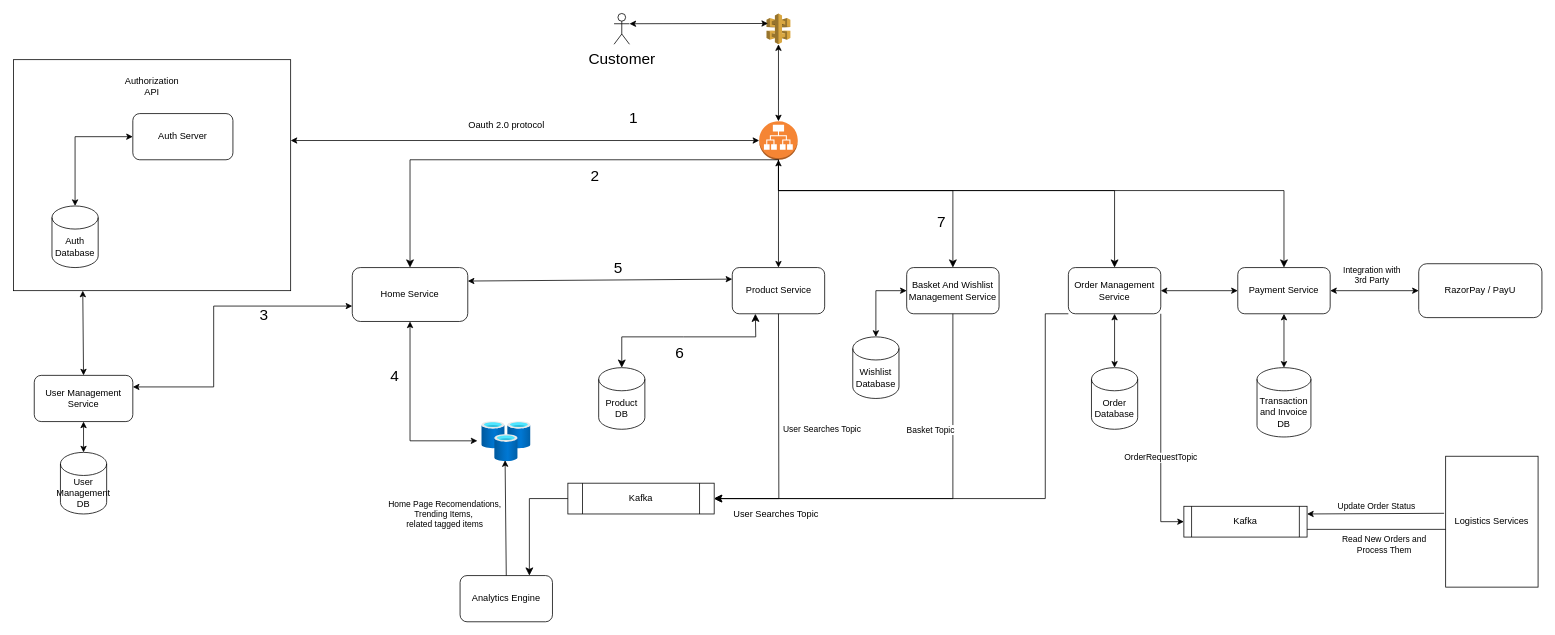
Before: ecommerce.drawio in bvkprasad/architecture-diagrams, a draw.io diagram. Source tidied: cells renumbered, new cells numbered last; positions are measured from the earlier drawing's top-left corner, leaving out a move shared by most shapes. Both pictures are drawn from the tidied source at 77%, with x=0, y=0 at pixel (13, 13).
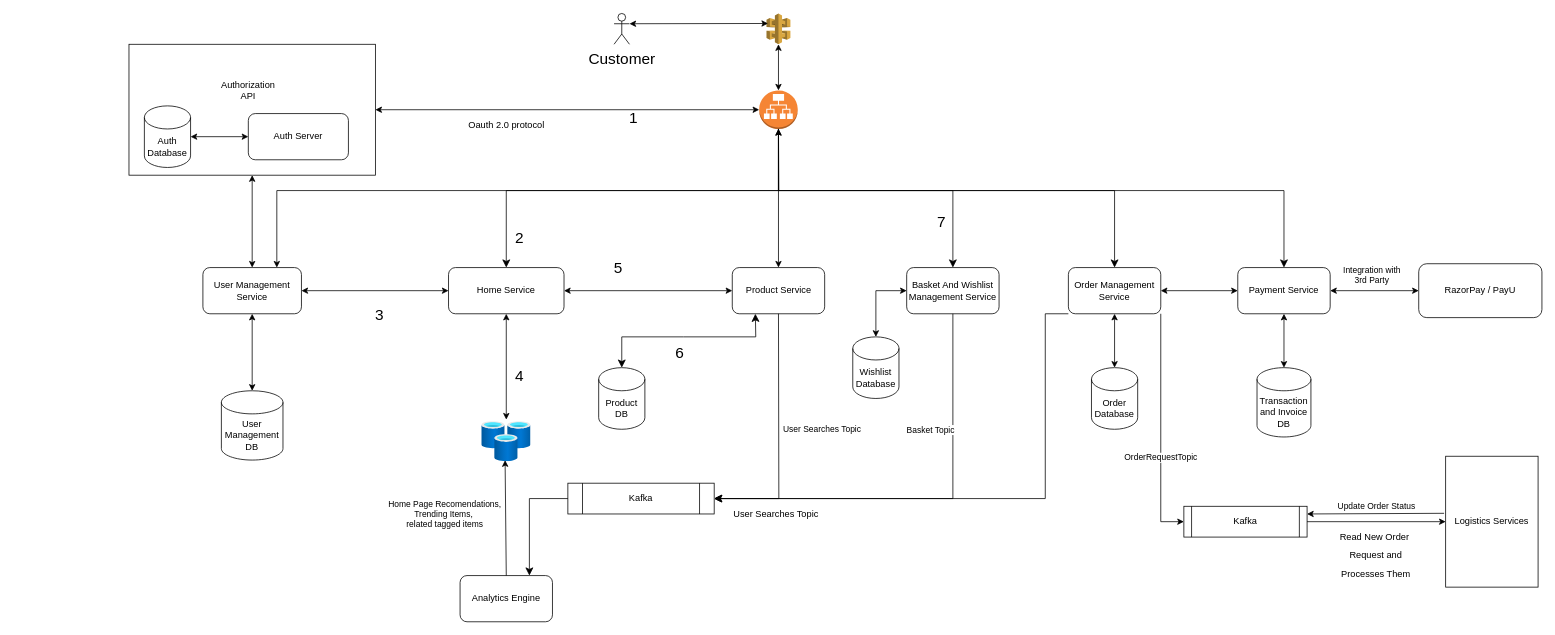
After the change.

Commit message:
Few tweaks to adjust alignment and new connection

Unchanged cells that the change refers to:
```xml
<mxCell id="10" value="Product Service" style="rounded=1;whiteSpace=wrap;html=1;" parent="1" vertex="1">
  <mxGeometry x="933.5" y="330" width="120" height="60" as="geometry" />
</mxCell>
<mxCell id="24" style="html=1;points=[];align=center;image;fontSize=12;image=img/lib/azure2/databases/Cache_Redis.svg;" parent="1" vertex="1">
  <mxGeometry x="608" y="530" width="64" height="52" as="geometry" />
</mxCell>
<mxCell id="30" value="Kafka" style="shape=process;whiteSpace=wrap;html=1;backgroundOutline=1;size=0.0625;" parent="1" vertex="1">
  <mxGeometry x="1520" y="640" width="160" height="40" as="geometry" />
</mxCell>
<mxCell id="45" value="Logistics Services" style="rounded=0;whiteSpace=wrap;html=1;" parent="1" vertex="1">
  <mxGeometry x="1860" y="575" width="120" height="170" as="geometry" />
</mxCell>
```

What changed in the source:
```diff
@@
     <mxCell id="2" style="rounded=0;whiteSpace=wrap;html=1;points=[[0,0,0,0,0],[0,0.25,0,0,0],[0,0.5,0,0,0],[0,0.75,0,0,0],[0,1,0,0,0],[0.25,0,0,0,0],[0.25,1,0,0,0],[0.5,0,0,0,0],[0.5,1,0,0,0],[0.75,0,0,0,0],[0.75,1,0,0,0],[1,0,0,0,0],[1,0.25,0,0,0],[1,0.5,0,0,0],[1,0.75,0,0,0],[1,1,0,0,0]];" parent="1" vertex="1">
-      <mxGeometry y="60" width="360" height="300" as="geometry" />
+      <mxGeometry x="150" y="40" width="320" height="170" as="geometry" />
     </mxCell>
@@
     <mxCell id="4" style="outlineConnect=0;dashed=0;verticalLabelPosition=bottom;verticalAlign=top;align=center;html=1;shape=mxgraph.aws3.application_load_balancer;fillColor=#F58534;gradientColor=none;" parent="1" vertex="1">
-      <mxGeometry x="968.5" y="140" width="50" height="50" as="geometry" />
+      <mxGeometry x="968.5" y="100" width="50" height="50" as="geometry" />
     </mxCell>
@@
-    <mxCell id="6" style="endArrow=classic;startArrow=classic;html=1;rounded=0;entryX=0;entryY=0.5;entryDx=0;entryDy=0;entryPerimeter=0;" parent="1" edge="1" target="4">
-      <mxGeometry relative="1" as="geometry">
-        <mxPoint x="360" y="165" as="sourcePoint" />
-      </mxGeometry>
+    <mxCell id="6" style="endArrow=classic;startArrow=classic;html=1;rounded=0;entryX=0;entryY=0.5;entryDx=0;entryDy=0;entryPerimeter=0;" parent="1" edge="1" source="2" target="4">
+      <mxGeometry relative="1" as="geometry" />
     </mxCell>
@@
     <mxCell id="9" value="User Management Service" style="rounded=1;whiteSpace=wrap;html=1;" parent="1" vertex="1">
-      <mxGeometry x="27" y="470" width="128" height="60" as="geometry" />
+      <mxGeometry x="246" y="330" width="128" height="60" as="geometry" />
     </mxCell>
@@
     <mxCell id="26" value="User Management DB" style="shape=cylinder3;whiteSpace=wrap;html=1;boundedLbl=1;backgroundOutline=1;size=15;" parent="1" vertex="1">
-      <mxGeometry x="61" y="570" width="60" height="80" as="geometry" />
+      <mxGeometry x="270" y="490" width="80" height="90" as="geometry" />
     </mxCell>
@@
-    <mxCell id="29" value="Read New Orders and &lt;br&gt;Process Them" style="edgeStyle=orthogonalEdgeStyle;rounded=0;jettySize=auto;html=1;exitX=1;exitY=0.75;exitDx=0;exitDy=0;entryX=0.014;entryY=0.559;entryDx=0;entryDy=0;entryPerimeter=0;" parent="1" edge="1" source="30" target="45">
-      <mxGeometry x="-0.08" y="-20" relative="1" as="geometry">
-        <Array as="points">
-          <mxPoint x="1880" y="670" />
-          <mxPoint x="1880" y="670" />
-        </Array>
-      </mxGeometry>
-    </mxCell>
@@
     <mxCell id="32" value="Auth Database" style="shape=cylinder3;whiteSpace=wrap;html=1;boundedLbl=1;backgroundOutline=1;size=15;" parent="1" vertex="1">
-      <mxGeometry x="50" y="250" width="60" height="80" as="geometry" />
+      <mxGeometry x="170" y="120" width="60" height="80" as="geometry" />
     </mxCell>
-    <mxCell id="33" style="endArrow=classic;startArrow=classic;html=1;rounded=0;exitX=0.5;exitY=0;exitDx=0;exitDy=0;exitPerimeter=0;entryX=0;entryY=0.5;entryDx=0;entryDy=0;" parent="1" edge="1" source="32" target="34">
+    <mxCell id="33" style="endArrow=classic;startArrow=classic;html=1;rounded=0;exitX=1;exitY=0.5;exitDx=0;exitDy=0;exitPerimeter=0;entryX=0;entryY=0.5;entryDx=0;entryDy=0;" parent="1" edge="1" source="32" target="34">
       <mxGeometry relative="1" as="geometry">
         <Array as="points">
-          <mxPoint x="80" y="160" />
+          <mxPoint x="230" y="160" />
         </Array>
       </mxGeometry>
     </mxCell>
     <mxCell id="34" value="Auth Server" style="rounded=1;whiteSpace=wrap;html=1;" parent="1" vertex="1">
-      <mxGeometry x="155" y="130" width="130" height="60" as="geometry" />
+      <mxGeometry x="305" y="130" width="130" height="60" as="geometry" />
     </mxCell>
@@
-    <mxCell id="44" style="endArrow=classic;startArrow=classic;html=1;rounded=0;exitX=0.25;exitY=1;exitDx=0;exitDy=0;exitPerimeter=0;entryX=0.5;entryY=0;entryDx=0;entryDy=0;" parent="1" edge="1" source="2" target="9">
+    <mxCell id="44" style="endArrow=classic;startArrow=classic;html=1;rounded=0;exitX=0.5;exitY=1;exitDx=0;exitDy=0;exitPerimeter=0;entryX=0.5;entryY=0;entryDx=0;entryDy=0;" parent="1" edge="1" source="2" target="9">
       <mxGeometry relative="1" as="geometry" />
     </mxCell>
@@
     <mxCell id="47" value="Authorization API" style="text;html=1;strokeColor=none;fillColor=none;align=center;verticalAlign=middle;whiteSpace=wrap;rounded=0;" parent="1" vertex="1">
-      <mxGeometry x="150" y="80" width="60" height="30" as="geometry" />
+      <mxGeometry x="275" y="85" width="60" height="30" as="geometry" />
     </mxCell>
@@
     <mxCell id="52" value="Home Service" style="rounded=1;whiteSpace=wrap;html=1;" parent="1" vertex="1">
-      <mxGeometry x="440" y="330" width="150" height="70" as="geometry" />
+      <mxGeometry x="565" y="330" width="150" height="60" as="geometry" />
     </mxCell>
-    <mxCell id="53" style="edgeStyle=segmentEdgeStyle;endArrow=classic;html=1;curved=0;rounded=0;endSize=8;startSize=8;sourcePerimeterSpacing=0;targetPerimeterSpacing=0;exitX=0.5;exitY=1;exitDx=0;exitDy=0;exitPerimeter=0;entryX=0.5;entryY=0;entryDx=0;entryDy=0;" parent="1" edge="1" source="4" target="52">
-      <mxGeometry relative="1" as="geometry">
-        <Array as="points">
-          <mxPoint x="515" y="190" />
-        </Array>
-      </mxGeometry>
-    </mxCell>
-    <mxCell id="54" style="endArrow=classic;startArrow=classic;html=1;rounded=0;exitX=1;exitY=0.25;exitDx=0;exitDy=0;" parent="1" edge="1" source="9">
-      <mxGeometry relative="1" as="geometry">
-        <mxPoint x="440" y="380" as="targetPoint" />
-        <Array as="points">
-          <mxPoint x="260" y="485" />
-          <mxPoint x="260" y="380" />
-        </Array>
-      </mxGeometry>
-    </mxCell>
-    <mxCell id="55" style="endArrow=classic;startArrow=classic;html=1;rounded=0;exitX=1;exitY=0.25;exitDx=0;exitDy=0;entryX=0;entryY=0.25;entryDx=0;entryDy=0;" parent="1" edge="1" source="52" target="10">
+    <mxCell id="55" style="endArrow=classic;startArrow=classic;html=1;rounded=0;exitX=1;exitY=0.5;exitDx=0;exitDy=0;entryX=0;entryY=0.5;entryDx=0;entryDy=0;" parent="1" edge="1" source="52" target="10">
       <mxGeometry relative="1" as="geometry" />
     </mxCell>
-    <mxCell id="56" style="endArrow=classic;startArrow=classic;html=1;rounded=0;exitX=-0.086;exitY=0.481;exitDx=0;exitDy=0;exitPerimeter=0;entryX=0.5;entryY=1;entryDx=0;entryDy=0;" parent="1" edge="1" source="24" target="52">
-      <mxGeometry relative="1" as="geometry">
-        <Array as="points">
-          <mxPoint x="515" y="555" />
-        </Array>
-      </mxGeometry>
-    </mxCell>
     <mxCell id="57" value="2" style="text;html=1;align=center;verticalAlign=middle;strokeColor=none;fillColor=none;strokeWidth=1;fontSize=20;" parent="1" vertex="1">
-      <mxGeometry x="740" y="190" width="30" height="40" as="geometry" />
+      <mxGeometry x="642" y="270" width="30" height="40" as="geometry" />
     </mxCell>
     <mxCell id="58" value="3" style="text;html=1;align=center;verticalAlign=middle;strokeColor=none;fillColor=none;strokeWidth=1;fontSize=20;" parent="1" vertex="1">
-      <mxGeometry x="310" y="370" width="30" height="40" as="geometry" />
+      <mxGeometry x="460" y="370" width="30" height="40" as="geometry" />
     </mxCell>
     <mxCell id="59" value="4" style="text;html=1;align=center;verticalAlign=middle;strokeColor=none;fillColor=none;strokeWidth=1;fontSize=20;" parent="1" vertex="1">
-      <mxGeometry x="480" y="450" width="30" height="40" as="geometry" />
+      <mxGeometry x="642" y="450" width="30" height="40" as="geometry" />
     </mxCell>
@@
+    <mxCell id="66" style="endArrow=classic;startArrow=classic;html=1;rounded=0;fontSize=20;exitX=1;exitY=0.5;exitDx=0;exitDy=0;entryX=0;entryY=0.5;entryDx=0;entryDy=0;" parent="1" edge="1" source="9" target="52">
+      <mxGeometry relative="1" as="geometry" />
+    </mxCell>
+    <mxCell id="67" style="endArrow=classic;startArrow=classic;html=1;rounded=0;fontSize=20;exitX=0.75;exitY=0;exitDx=0;exitDy=0;entryX=0.5;entryY=1;entryDx=0;entryDy=0;entryPerimeter=0;" parent="1" edge="1" source="9" target="4">
+      <mxGeometry relative="1" as="geometry">
+        <Array as="points">
+          <mxPoint x="342" y="230" />
+          <mxPoint x="994" y="230" />
+        </Array>
+      </mxGeometry>
+    </mxCell>
+    <mxCell id="53" style="edgeStyle=segmentEdgeStyle;endArrow=classic;html=1;curved=0;rounded=0;endSize=8;startSize=8;sourcePerimeterSpacing=0;targetPerimeterSpacing=0;fontSize=20;exitX=0.5;exitY=1;exitDx=0;exitDy=0;exitPerimeter=0;entryX=0.5;entryY=0;entryDx=0;entryDy=0;" parent="1" edge="1" source="4" target="52">
+      <mxGeometry relative="1" as="geometry">
+        <Array as="points">
+          <mxPoint x="994" y="230" />
+          <mxPoint x="640" y="230" />
+        </Array>
+      </mxGeometry>
+    </mxCell>
+    <mxCell id="56" style="endArrow=classic;startArrow=classic;html=1;rounded=0;fontSize=20;exitX=0.5;exitY=-0.049;exitDx=0;exitDy=0;exitPerimeter=0;entryX=0.5;entryY=1;entryDx=0;entryDy=0;" parent="1" edge="1" source="24" target="52">
+      <mxGeometry relative="1" as="geometry" />
+    </mxCell>
+    <mxCell id="29" value="&lt;font style=&quot;font-size: 12px;&quot;&gt;Read New Order&amp;nbsp;&lt;br&gt;Request and &lt;br&gt;Processes Them&lt;/font&gt;" style="endArrow=classic;html=1;rounded=0;fontSize=20;entryX=0;entryY=0.5;entryDx=0;entryDy=0;exitX=1;exitY=0.5;exitDx=0;exitDy=0;" parent="1" edge="1" source="30" target="45">
+      <mxGeometry y="-40" relative="1" as="geometry">
+        <mxPoint x="-1" as="offset" />
+      </mxGeometry>
+    </mxCell>
```
